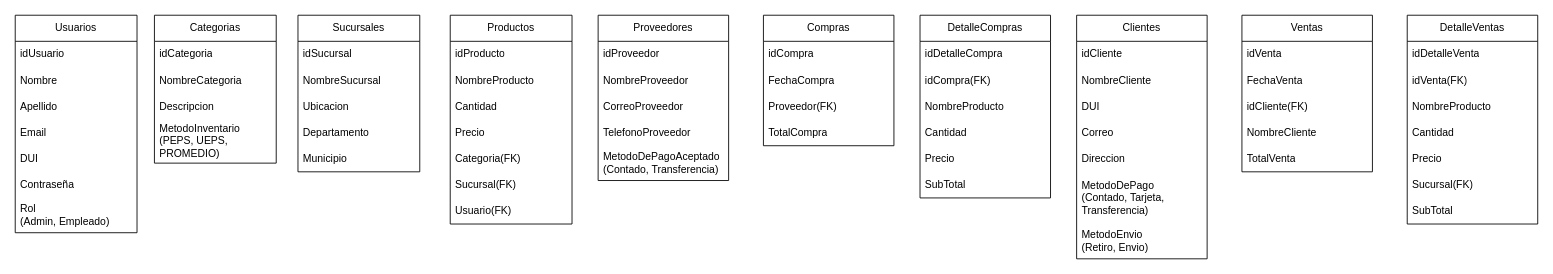
This is Sistema_de_Inventario.drawio from josue952/Sistema-de-inventario, a draw.io file, before an edit. Source tidied: cells renumbered, new cells numbered last; positions are measured from the earlier drawing's top-left corner, leaving out a move shared by most shapes. Both pictures are drawn from the tidied source at 87%, with x=0, y=0 at pixel (15, 15).
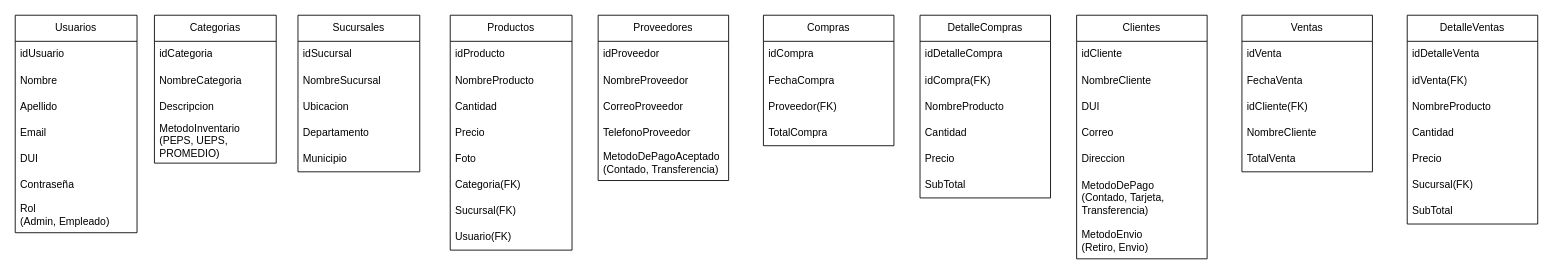
The same diagram, later.

Commit message:
Se agrega la columna 'Foto a productos'

Change to the diagram source:
```diff
@@
     <mxCell id="10" value="Productos" style="swimlane;fontStyle=0;horizontal=1;startSize=30;whiteSpace=wrap;html=1;" parent="1" vertex="1">
-      <mxGeometry x="500" width="140" height="240" as="geometry" />
+      <mxGeometry x="500" width="140" height="270" as="geometry" />
     </mxCell>
@@
+    <mxCell id="69" value="Foto" style="text;strokeColor=none;fillColor=none;align=left;verticalAlign=middle;spacingLeft=4;spacingRight=4;overflow=hidden;whiteSpace=wrap;html=1;" parent="10" vertex="1">
+      <mxGeometry y="150" width="140" height="30" as="geometry" />
+    </mxCell>
     <mxCell id="15" value="Categoria(FK)" style="text;strokeColor=none;fillColor=none;align=left;verticalAlign=middle;spacingLeft=4;spacingRight=4;overflow=hidden;whiteSpace=wrap;html=1;" parent="10" vertex="1">
-      <mxGeometry y="150" width="140" height="30" as="geometry" />
+      <mxGeometry y="180" width="140" height="30" as="geometry" />
     </mxCell>
     <mxCell id="16" value="Sucursal(FK)" style="text;strokeColor=none;fillColor=none;align=left;verticalAlign=middle;spacingLeft=4;spacingRight=4;overflow=hidden;whiteSpace=wrap;html=1;" parent="10" vertex="1">
-      <mxGeometry y="180" width="140" height="30" as="geometry" />
+      <mxGeometry y="210" width="140" height="30" as="geometry" />
     </mxCell>
     <mxCell id="17" value="Usuario(FK)" style="text;strokeColor=none;fillColor=none;align=left;verticalAlign=middle;spacingLeft=4;spacingRight=4;overflow=hidden;whiteSpace=wrap;html=1;" parent="10" vertex="1">
-      <mxGeometry y="210" width="140" height="30" as="geometry" />
+      <mxGeometry y="240" width="140" height="30" as="geometry" />
     </mxCell>
```
